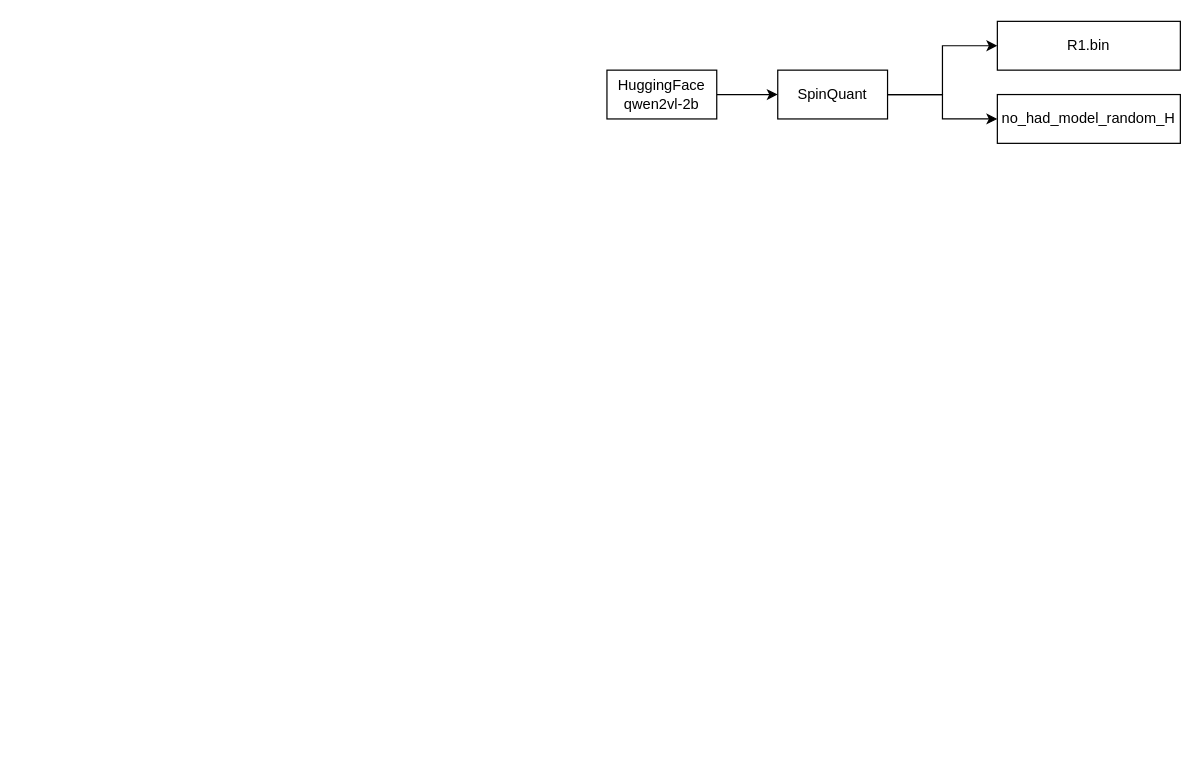
Above: LLM/mllm_hexagon_npu_convert.drawio in mailonghua/drawio (draw.io), before the change. Source tidied: cells renumbered, new cells numbered last; positions are measured from the earlier drawing's top-left corner, leaving out a move shared by most shapes. Both pictures are drawn from the tidied source at 122%, with x=0, y=0 at pixel (606, 21).
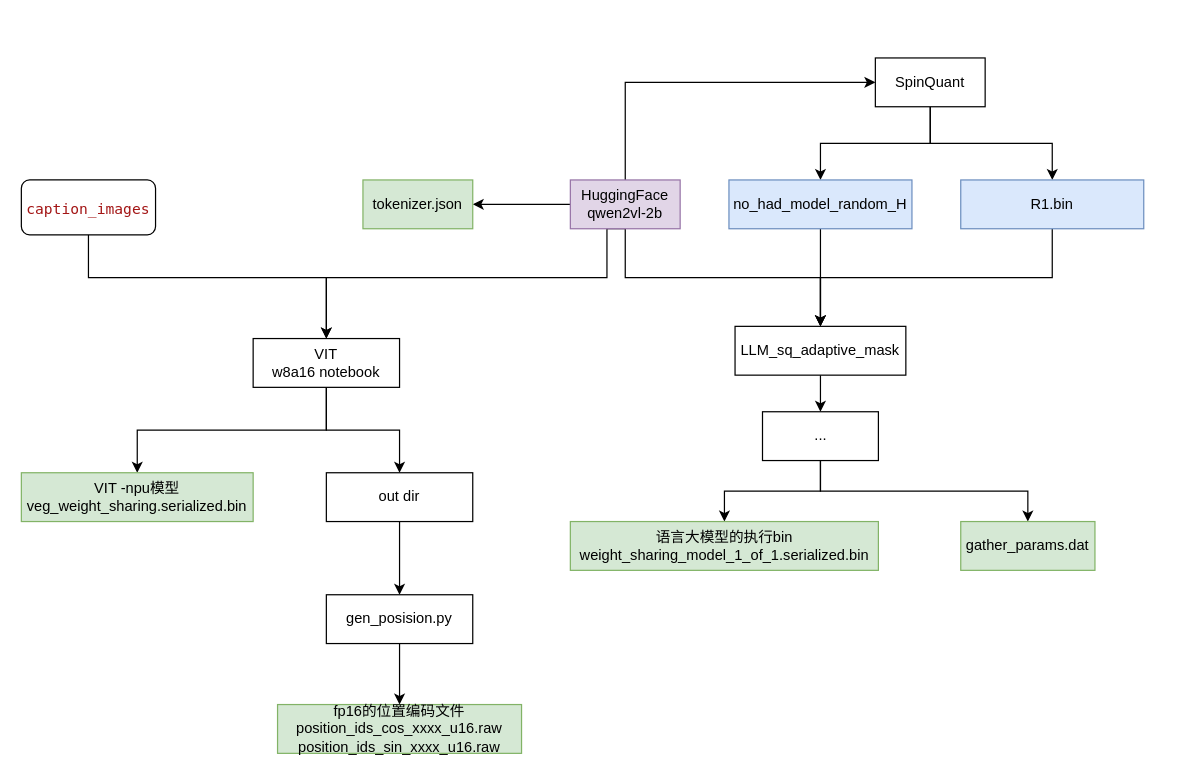
The same page after the edit.

What changed in the source:
```diff
@@
-    <mxCell id="2" style="edgeStyle=orthogonalEdgeStyle;rounded=0;jettySize=auto;html=1;" parent="1" edge="1" source="3" target="6">
+    <mxCell id="2" style="edgeStyle=orthogonalEdgeStyle;rounded=0;jettySize=auto;html=1;exitX=0.5;exitY=0;exitDx=0;exitDy=0;entryX=0;entryY=0.5;entryDx=0;entryDy=0;" parent="1" edge="1" source="3" target="6">
       <mxGeometry relative="1" as="geometry" />
     </mxCell>
+    <mxCell id="9" style="edgeStyle=orthogonalEdgeStyle;rounded=0;jettySize=auto;html=1;exitX=0.5;exitY=1;exitDx=0;exitDy=0;entryX=0.5;entryY=0;entryDx=0;entryDy=0;" parent="1" edge="1" source="3" target="15">
+      <mxGeometry relative="1" as="geometry" />
+    </mxCell>
+    <mxCell id="10" style="edgeStyle=orthogonalEdgeStyle;rounded=0;jettySize=auto;html=1;exitX=0.5;exitY=1;exitDx=0;exitDy=0;entryX=0.5;entryY=0;entryDx=0;entryDy=0;" parent="1" edge="1" source="3" target="23">
+      <mxGeometry relative="1" as="geometry">
+        <Array as="points">
+          <mxPoint y="170" />
+          <mxPoint y="210" />
+          <mxPoint x="-230" y="210" />
+        </Array>
+      </mxGeometry>
+    </mxCell>
+    <mxCell id="11" style="edgeStyle=orthogonalEdgeStyle;rounded=0;jettySize=auto;html=1;" parent="1" edge="1" source="3" target="32">
+      <mxGeometry relative="1" as="geometry" />
+    </mxCell>
-    <mxCell id="3" value="HuggingFace qwen2vl-2b" style="rounded=0;whiteSpace=wrap;html=1;" parent="1" vertex="1">
-      <mxGeometry y="40" width="90" height="40" as="geometry" />
+    <mxCell id="3" value="HuggingFace qwen2vl-2b" style="rounded=0;whiteSpace=wrap;html=1;fillColor=#e1d5e7;strokeColor=#9673a6;" parent="1" vertex="1">
+      <mxGeometry x="-30" y="130" width="90" height="40" as="geometry" />
     </mxCell>
+    <mxCell id="5" style="edgeStyle=orthogonalEdgeStyle;rounded=0;jettySize=auto;html=1;exitX=0.5;exitY=1;exitDx=0;exitDy=0;entryX=0.5;entryY=0;entryDx=0;entryDy=0;" parent="1" edge="1" source="6" target="8">
+      <mxGeometry relative="1" as="geometry" />
+    </mxCell>
-    <mxCell id="4" style="edgeStyle=orthogonalEdgeStyle;rounded=0;jettySize=auto;html=1;" parent="1" edge="1" source="6" target="7">
+    <mxCell id="4" style="edgeStyle=orthogonalEdgeStyle;rounded=0;jettySize=auto;html=1;exitX=0.5;exitY=1;exitDx=0;exitDy=0;entryX=0.5;entryY=0;entryDx=0;entryDy=0;" parent="1" edge="1" source="6" target="7">
       <mxGeometry relative="1" as="geometry" />
     </mxCell>
-    <mxCell id="5" style="edgeStyle=orthogonalEdgeStyle;rounded=0;jettySize=auto;html=1;exitX=1;exitY=0.5;exitDx=0;exitDy=0;entryX=0;entryY=0.5;entryDx=0;entryDy=0;" parent="1" edge="1" source="6" target="8">
-      <mxGeometry relative="1" as="geometry" />
-    </mxCell>
     <mxCell id="6" value="SpinQuant" style="rounded=0;whiteSpace=wrap;html=1;" parent="1" vertex="1">
-      <mxGeometry x="140" y="40" width="90" height="40" as="geometry" />
+      <mxGeometry x="220" y="30" width="90" height="40" as="geometry" />
     </mxCell>
+    <mxCell id="12" style="edgeStyle=orthogonalEdgeStyle;rounded=0;jettySize=auto;html=1;exitX=0.5;exitY=1;exitDx=0;exitDy=0;entryX=0.5;entryY=0;entryDx=0;entryDy=0;" parent="1" edge="1" source="7" target="15">
+      <mxGeometry relative="1" as="geometry" />
+    </mxCell>
-    <mxCell id="7" value="R1.bin" style="rounded=0;whiteSpace=wrap;html=1;" parent="1" vertex="1">
-      <mxGeometry x="320" width="150" height="40" as="geometry" />
+    <mxCell id="7" value="R1.bin" style="rounded=0;whiteSpace=wrap;html=1;fillColor=#dae8fc;strokeColor=#6c8ebf;" parent="1" vertex="1">
+      <mxGeometry x="290" y="130" width="150" height="40" as="geometry" />
     </mxCell>
+    <mxCell id="13" style="edgeStyle=orthogonalEdgeStyle;rounded=0;jettySize=auto;html=1;exitX=0.5;exitY=1;exitDx=0;exitDy=0;entryX=0.5;entryY=0;entryDx=0;entryDy=0;" parent="1" edge="1" source="8" target="15">
+      <mxGeometry relative="1" as="geometry" />
+    </mxCell>
-    <mxCell id="8" value="no_had_model_random_H" style="rounded=0;whiteSpace=wrap;html=1;" parent="1" vertex="1">
-      <mxGeometry x="320" y="60" width="150" height="40" as="geometry" />
+    <mxCell id="8" value="no_had_model_random_H" style="rounded=0;whiteSpace=wrap;html=1;fillColor=#dae8fc;strokeColor=#6c8ebf;" parent="1" vertex="1">
+      <mxGeometry x="100" y="130" width="150" height="40" as="geometry" />
     </mxCell>
+    <mxCell id="14" style="edgeStyle=orthogonalEdgeStyle;rounded=0;jettySize=auto;html=1;" parent="1" edge="1" source="15" target="18">
+      <mxGeometry relative="1" as="geometry" />
+    </mxCell>
+    <mxCell id="15" value="LLM_sq_adaptive_mask" style="rounded=0;whiteSpace=wrap;html=1;" parent="1" vertex="1">
+      <mxGeometry x="105" y="250" width="140" height="40" as="geometry" />
+    </mxCell>
+    <mxCell id="16" style="edgeStyle=orthogonalEdgeStyle;rounded=0;jettySize=auto;html=1;" parent="1" edge="1" source="18" target="19">
+      <mxGeometry relative="1" as="geometry" />
+    </mxCell>
+    <mxCell id="17" style="edgeStyle=orthogonalEdgeStyle;rounded=0;jettySize=auto;html=1;exitX=0.5;exitY=1;exitDx=0;exitDy=0;entryX=0.5;entryY=0;entryDx=0;entryDy=0;" parent="1" edge="1" source="18" target="20">
+      <mxGeometry relative="1" as="geometry" />
+    </mxCell>
+    <mxCell id="18" value="..." style="rounded=0;whiteSpace=wrap;html=1;" parent="1" vertex="1">
+      <mxGeometry x="127.5" y="320" width="95" height="40" as="geometry" />
+    </mxCell>
+    <mxCell id="19" value="语言大模型的执行bin&lt;br&gt;weight_sharing_model_1_of_1.serialized.bin" style="rounded=0;whiteSpace=wrap;html=1;fillColor=#d5e8d4;strokeColor=#82b366;" parent="1" vertex="1">
+      <mxGeometry x="-30" y="410" width="252.5" height="40" as="geometry" />
+    </mxCell>
+    <mxCell id="20" value="gather_params.dat" style="rounded=0;whiteSpace=wrap;html=1;fillColor=#d5e8d4;strokeColor=#82b366;" parent="1" vertex="1">
+      <mxGeometry x="290" y="410" width="110" height="40" as="geometry" />
+    </mxCell>
+    <mxCell id="21" style="edgeStyle=orthogonalEdgeStyle;rounded=0;jettySize=auto;html=1;" parent="1" edge="1" source="23" target="26">
+      <mxGeometry relative="1" as="geometry" />
+    </mxCell>
+    <mxCell id="22" style="edgeStyle=orthogonalEdgeStyle;rounded=0;jettySize=auto;html=1;" parent="1" edge="1" source="23" target="28">
+      <mxGeometry relative="1" as="geometry" />
+    </mxCell>
+    <mxCell id="23" value="VIT&lt;br&gt;w8a16 notebook" style="rounded=0;whiteSpace=wrap;html=1;" parent="1" vertex="1">
+      <mxGeometry x="-290" y="260" width="120" height="40" as="geometry" />
+    </mxCell>
+    <mxCell id="24" style="edgeStyle=orthogonalEdgeStyle;rounded=0;jettySize=auto;html=1;exitX=0.5;exitY=1;exitDx=0;exitDy=0;entryX=0.5;entryY=0;entryDx=0;entryDy=0;" parent="1" edge="1" source="25" target="23">
+      <mxGeometry relative="1" as="geometry">
+        <Array as="points">
+          <mxPoint x="-425" y="210" />
+          <mxPoint x="-230" y="210" />
+        </Array>
+      </mxGeometry>
+    </mxCell>
+    <mxCell id="25" value="&lt;div style=&quot;background-color: rgb(255, 255, 255); font-family: Menlo, Monaco, &amp;quot;Courier New&amp;quot;, monospace; line-height: 18px; white-space: pre;&quot;&gt;&lt;span style=&quot;color: #a31515;&quot;&gt;caption_images&lt;/span&gt;&lt;/div&gt;" style="rounded=1;whiteSpace=wrap;html=1;" parent="1" vertex="1">
+      <mxGeometry x="-480" y="130" width="110" height="45" as="geometry" />
+    </mxCell>
+    <mxCell id="26" value="VIT -npu模型&lt;br&gt;veg_weight_sharing.serialized.bin" style="rounded=0;whiteSpace=wrap;html=1;fillColor=#d5e8d4;strokeColor=#82b366;" parent="1" vertex="1">
+      <mxGeometry x="-480" y="370" width="190" height="40" as="geometry" />
+    </mxCell>
+    <mxCell id="27" style="edgeStyle=orthogonalEdgeStyle;rounded=0;jettySize=auto;html=1;" parent="1" edge="1" source="28" target="30">
+      <mxGeometry relative="1" as="geometry" />
+    </mxCell>
+    <mxCell id="28" value="out dir" style="rounded=0;whiteSpace=wrap;html=1;" parent="1" vertex="1">
+      <mxGeometry x="-230" y="370" width="120" height="40" as="geometry" />
+    </mxCell>
+    <mxCell id="29" style="edgeStyle=orthogonalEdgeStyle;rounded=0;jettySize=auto;html=1;" parent="1" edge="1" source="30" target="31">
+      <mxGeometry relative="1" as="geometry" />
+    </mxCell>
+    <mxCell id="30" value="gen_posision.py" style="rounded=0;whiteSpace=wrap;html=1;" parent="1" vertex="1">
+      <mxGeometry x="-230" y="470" width="120" height="40" as="geometry" />
+    </mxCell>
+    <mxCell id="31" value="fp16的位置编码文件&lt;br&gt;position_ids_cos_xxxx_u16.raw&lt;br&gt;&lt;div&gt;position_ids_sin_xxxx_u16.raw&lt;br&gt;&lt;/div&gt;" style="rounded=0;whiteSpace=wrap;html=1;fillColor=#d5e8d4;strokeColor=#82b366;" parent="1" vertex="1">
+      <mxGeometry x="-270" y="560" width="200" height="40" as="geometry" />
+    </mxCell>
+    <mxCell id="32" value="tokenizer.json" style="rounded=0;whiteSpace=wrap;html=1;fillColor=#d5e8d4;strokeColor=#82b366;" parent="1" vertex="1">
+      <mxGeometry x="-200" y="130" width="90" height="40" as="geometry" />
+    </mxCell>
```
